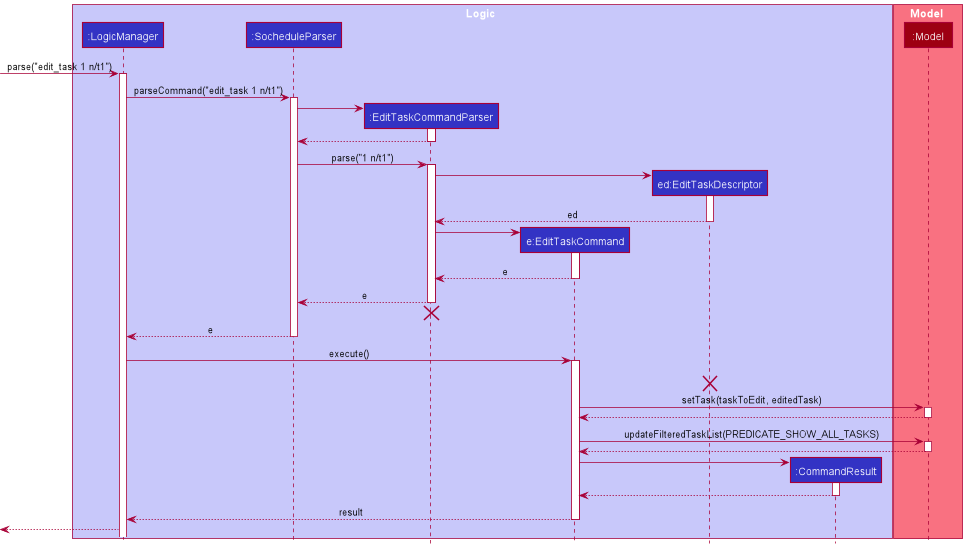
nus-cs2103-AY2021S2/tp keeps this PlantUML diagram as docs/images/EditTaskCommandSequenceDiagram.png. Above is the earlier version.
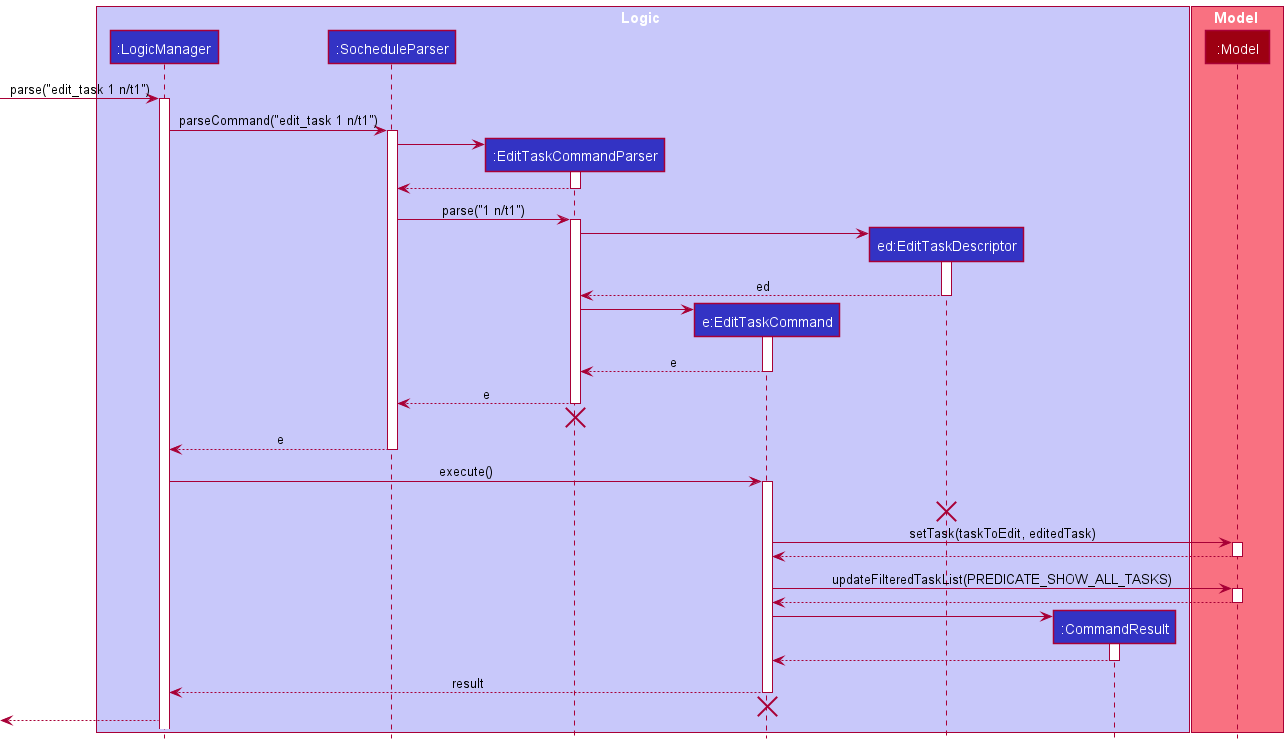
After the change.

What changed in the source:
```diff
@@ -71,6 +71,8 @@
 
 LogicManager <-- EditTaskCommand : result
 deactivate EditTaskCommand
+EditTaskCommand -[hidden]->[
+destroy EditTaskCommand
 
 [<-- LogicManager :
 @enduml
```
